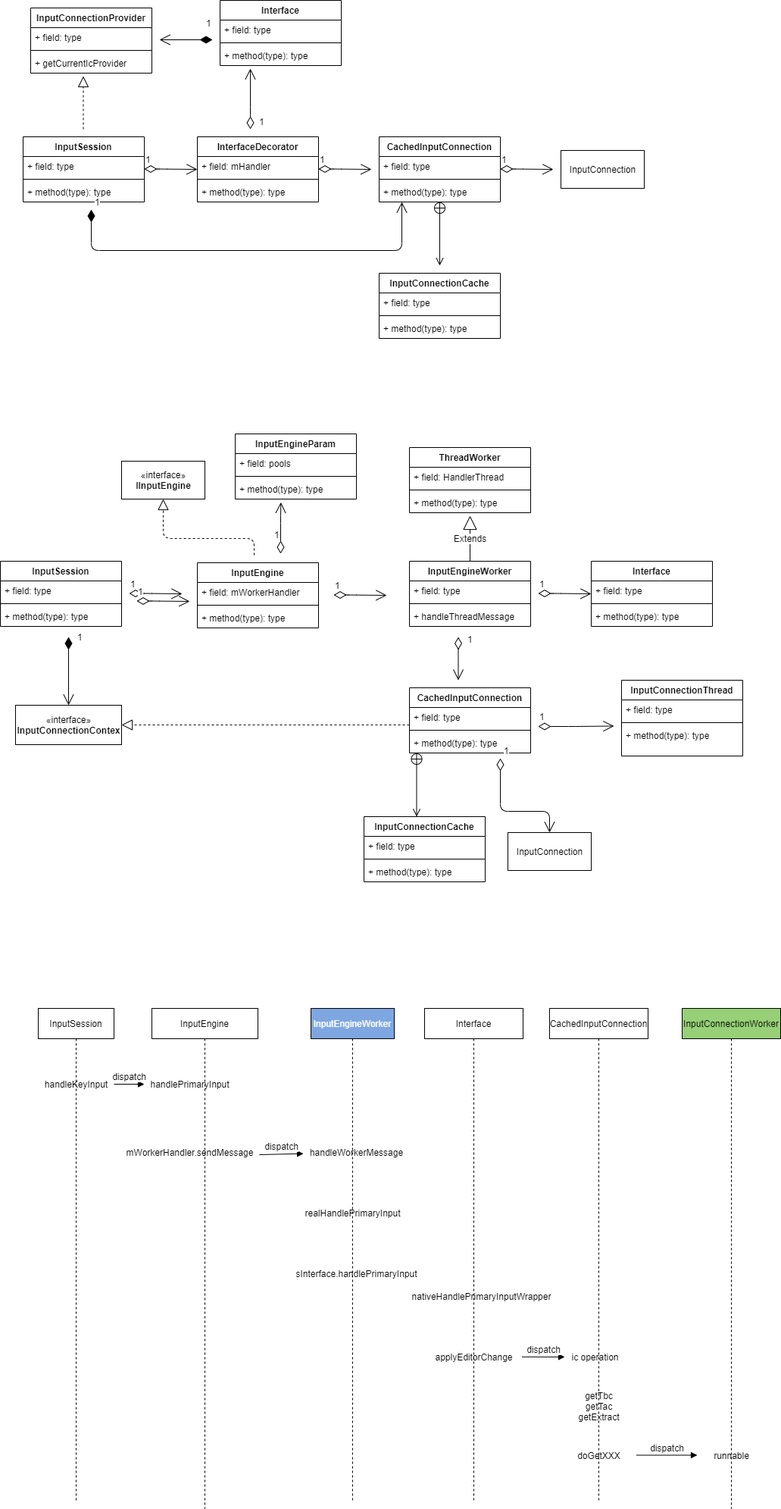
chonglv/charts keeps this draw.io diagram as input/foreign-input-improve.png. Above is the earlier version. Source tidied: cells renumbered, new cells last; positions are measured from the earlier drawing's top-left corner, leaving out a move shared by most shapes.
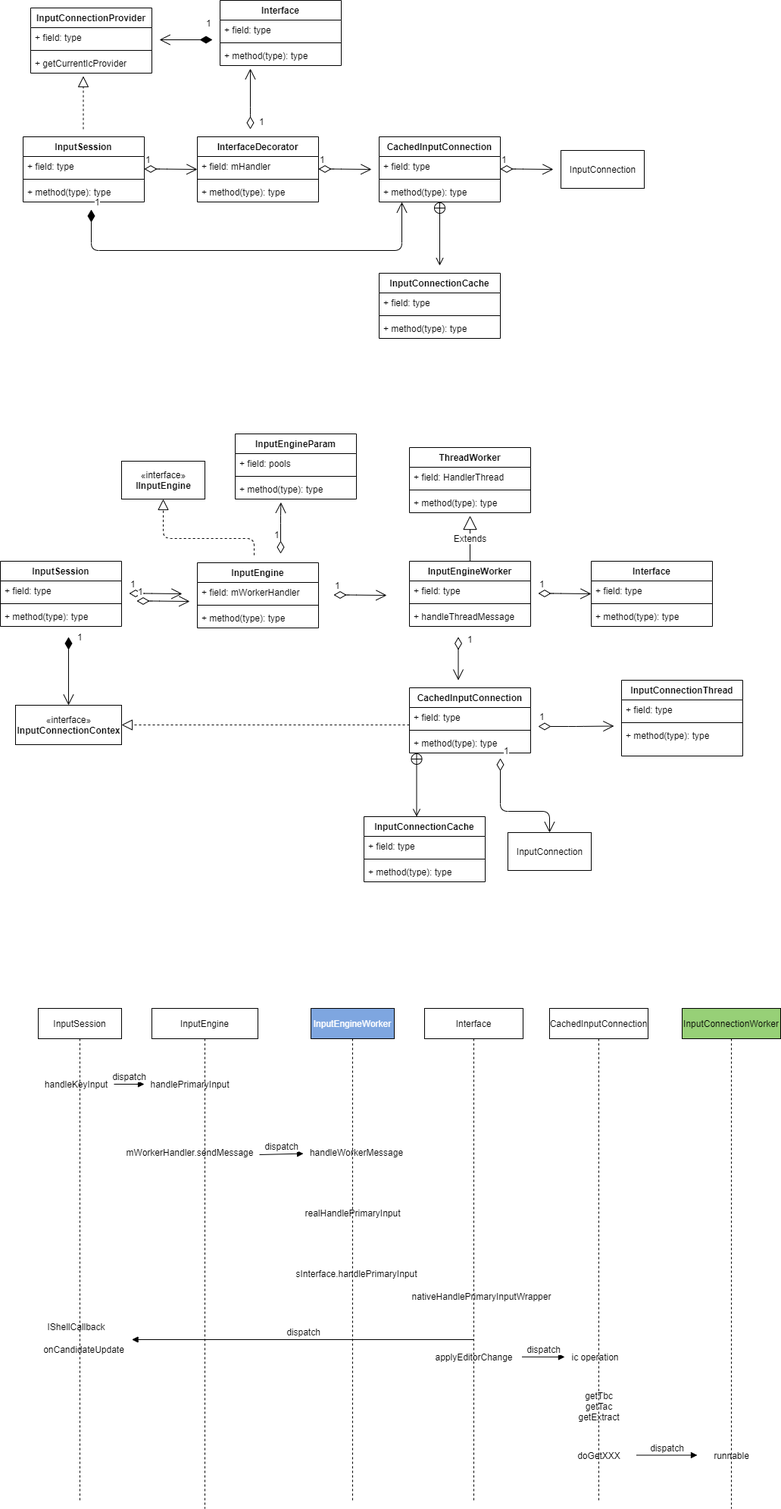
Above is the later version.

The edit, as a diff of the source:
```diff
@@ -372,8 +372,14 @@
       </mxGeometry>
     </mxCell>
     <mxCell id="87" value="InputSession" style="shape=umlLifeline;perimeter=lifelinePerimeter;whiteSpace=wrap;html=1;" parent="1" vertex="1">
-      <mxGeometry x="50" y="1330" width="100" height="650" as="geometry" />
+      <mxGeometry x="50" y="1330" width="110" height="650" as="geometry" />
     </mxCell>
+    <mxCell id="109" value="IShellCallback" style="text;html=1;align=center;verticalAlign=middle;" parent="87" vertex="1">
+      <mxGeometry x="5" y="410" width="90" height="20" as="geometry" />
+    </mxCell>
+    <mxCell id="110" value="onCandidateUpdate" style="text;html=1;align=center;verticalAlign=middle;points=[];" parent="87" vertex="1">
+      <mxGeometry y="440" width="120" height="20" as="geometry" />
+    </mxCell>
     <mxCell id="88" value="InputEngine" style="shape=umlLifeline;perimeter=lifelinePerimeter;whiteSpace=wrap;html=1;" parent="1" vertex="1">
       <mxGeometry x="200" y="1330" width="140" height="660" as="geometry" />
     </mxCell>
@@ -442,5 +448,8 @@
     <mxCell id="108" value="doGetXXX" style="text;html=1;align=center;verticalAlign=middle;" parent="1" vertex="1">
       <mxGeometry x="755" y="1910" width="70" height="20" as="geometry" />
     </mxCell>
+    <mxCell id="111" value="dispatch" style="html=1;verticalAlign=bottom;endArrow=block;entryX=1.03;entryY=-0.15;entryDx=0;entryDy=0;entryPerimeter=0;" parent="1" edge="1" source="101" target="110">
+      <mxGeometry relative="1" as="geometry" />
+    </mxCell>
   </root>
 </mxGraphModel>
```
